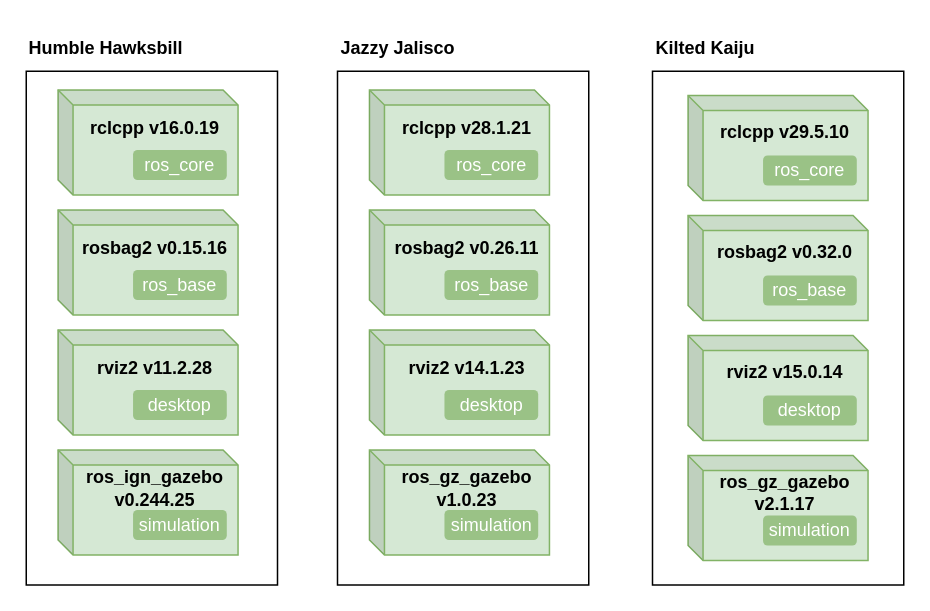
Before: page "distro" (3 of 5) of src/resources/ros-intro.drawio in harleylara/robotics, a draw.io diagram. Source tidied: cells renumbered, new cells numbered last; positions are measured from the earlier drawing's top-left corner, leaving out a move shared by most shapes. Both pictures are drawn from the tidied source at 150%, with x=0, y=0 at pixel (26, 26).
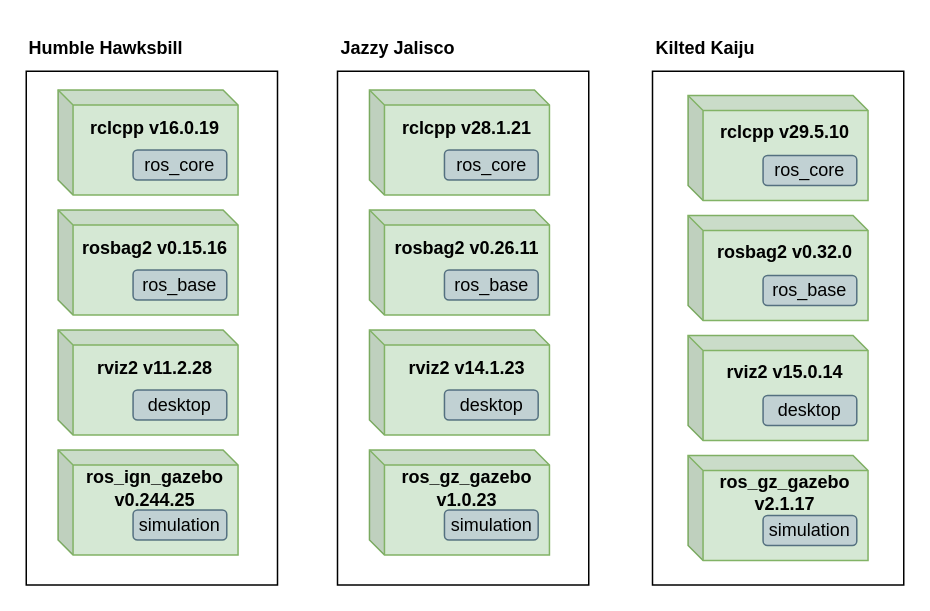
After the change.

Diff of the diagram source:
```diff
@@
-    <mxCell id="9" value="&lt;font style=&quot;color: rgb(255, 255, 255);&quot;&gt;ros_core&lt;/font&gt;" style="rounded=1;whiteSpace=wrap;html=1;fillColor=light-dark(#82b366, #1f2f1e);strokeColor=none;opacity=70;" parent="1" vertex="1">
+    <mxCell id="9" value="&lt;font style=&quot;&quot;&gt;ros_core&lt;/font&gt;" style="rounded=1;whiteSpace=wrap;html=1;opacity=70;fillColor=#bac8d3;strokeColor=#23445d;" parent="1" vertex="1">
       <mxGeometry x="71.2" y="82.5" width="62.5" height="20" as="geometry" />
     </mxCell>
@@
-    <mxCell id="12" value="&lt;font style=&quot;color: rgb(255, 255, 255);&quot;&gt;ros_base&lt;/font&gt;" style="rounded=1;whiteSpace=wrap;html=1;fillColor=light-dark(#82b366, #1f2f1e);strokeColor=none;opacity=70;" parent="1" vertex="1">
+    <mxCell id="12" value="&lt;font style=&quot;&quot;&gt;ros_base&lt;/font&gt;" style="rounded=1;whiteSpace=wrap;html=1;fillColor=#bac8d3;strokeColor=#23445d;opacity=70;fontColor=default;" parent="1" vertex="1">
       <mxGeometry x="71.2" y="162.5" width="62.5" height="20" as="geometry" />
     </mxCell>
@@
-    <mxCell id="15" value="&lt;font style=&quot;color: rgb(255, 255, 255);&quot;&gt;desktop&lt;/font&gt;" style="rounded=1;whiteSpace=wrap;html=1;fillColor=light-dark(#82b366, #1f2f1e);strokeColor=none;opacity=70;" parent="1" vertex="1">
+    <mxCell id="15" value="&lt;font style=&quot;&quot;&gt;desktop&lt;/font&gt;" style="rounded=1;whiteSpace=wrap;html=1;fillColor=#bac8d3;strokeColor=#23445d;opacity=70;fontColor=default;" parent="1" vertex="1">
       <mxGeometry x="71.2" y="242.5" width="62.5" height="20" as="geometry" />
     </mxCell>
@@
-    <mxCell id="18" value="&lt;font style=&quot;color: rgb(255, 255, 255);&quot;&gt;simulation&lt;/font&gt;" style="rounded=1;whiteSpace=wrap;html=1;fillColor=light-dark(#82b366, #1f2f1e);strokeColor=none;opacity=70;" parent="1" vertex="1">
+    <mxCell id="18" value="&lt;font style=&quot;&quot;&gt;simulation&lt;/font&gt;" style="rounded=1;whiteSpace=wrap;html=1;fillColor=#bac8d3;strokeColor=#23445d;opacity=70;fontColor=default;" parent="1" vertex="1">
       <mxGeometry x="71.2" y="322.5" width="62.5" height="20" as="geometry" />
     </mxCell>
@@
-    <mxCell id="21" value="&lt;font style=&quot;color: rgb(255, 255, 255);&quot;&gt;ros_core&lt;/font&gt;" style="rounded=1;whiteSpace=wrap;html=1;fillColor=light-dark(#82b366, #1f2f1e);strokeColor=none;opacity=70;" parent="1" vertex="1">
+    <mxCell id="21" value="&lt;font style=&quot;&quot;&gt;ros_core&lt;/font&gt;" style="rounded=1;whiteSpace=wrap;html=1;fillColor=#bac8d3;strokeColor=#23445d;opacity=70;fontColor=default;" parent="1" vertex="1">
       <mxGeometry x="278.8" y="82.5" width="62.5" height="20" as="geometry" />
     </mxCell>
@@
-    <mxCell id="24" value="&lt;font style=&quot;color: rgb(255, 255, 255);&quot;&gt;ros_base&lt;/font&gt;" style="rounded=1;whiteSpace=wrap;html=1;fillColor=light-dark(#82b366, #1f2f1e);strokeColor=none;opacity=70;" parent="1" vertex="1">
+    <mxCell id="24" value="&lt;font style=&quot;&quot;&gt;ros_base&lt;/font&gt;" style="rounded=1;whiteSpace=wrap;html=1;fillColor=#bac8d3;strokeColor=#23445d;opacity=70;fontColor=default;" parent="1" vertex="1">
       <mxGeometry x="278.8" y="162.5" width="62.5" height="20" as="geometry" />
     </mxCell>
@@
-    <mxCell id="27" value="&lt;font style=&quot;color: rgb(255, 255, 255);&quot;&gt;desktop&lt;/font&gt;" style="rounded=1;whiteSpace=wrap;html=1;fillColor=light-dark(#82b366, #1f2f1e);strokeColor=none;opacity=70;" parent="1" vertex="1">
+    <mxCell id="27" value="&lt;font style=&quot;&quot;&gt;desktop&lt;/font&gt;" style="rounded=1;whiteSpace=wrap;html=1;fillColor=#bac8d3;strokeColor=#23445d;opacity=70;fontColor=default;" parent="1" vertex="1">
       <mxGeometry x="278.8" y="242.5" width="62.5" height="20" as="geometry" />
     </mxCell>
@@
-    <mxCell id="30" value="&lt;font style=&quot;color: rgb(255, 255, 255);&quot;&gt;simulation&lt;/font&gt;" style="rounded=1;whiteSpace=wrap;html=1;fillColor=light-dark(#82b366, #1f2f1e);strokeColor=none;opacity=70;" parent="1" vertex="1">
+    <mxCell id="30" value="&lt;font style=&quot;&quot;&gt;simulation&lt;/font&gt;" style="rounded=1;whiteSpace=wrap;html=1;fillColor=#bac8d3;strokeColor=#23445d;opacity=70;fontColor=default;" parent="1" vertex="1">
       <mxGeometry x="278.8" y="322.5" width="62.5" height="20" as="geometry" />
     </mxCell>
@@
-    <mxCell id="33" value="&lt;font style=&quot;color: rgb(255, 255, 255);&quot;&gt;ros_core&lt;/font&gt;" style="rounded=1;whiteSpace=wrap;html=1;fillColor=light-dark(#82b366, #1f2f1e);strokeColor=none;opacity=70;" parent="1" vertex="1">
+    <mxCell id="33" value="&lt;font style=&quot;&quot;&gt;ros_core&lt;/font&gt;" style="rounded=1;whiteSpace=wrap;html=1;fillColor=#bac8d3;strokeColor=#23445d;opacity=70;fontColor=default;" parent="1" vertex="1">
       <mxGeometry x="491.2" y="86.2" width="62.5" height="20" as="geometry" />
     </mxCell>
@@
-    <mxCell id="36" value="&lt;font style=&quot;color: rgb(255, 255, 255);&quot;&gt;ros_base&lt;/font&gt;" style="rounded=1;whiteSpace=wrap;html=1;fillColor=light-dark(#82b366, #1f2f1e);strokeColor=none;opacity=70;" parent="1" vertex="1">
+    <mxCell id="36" value="&lt;font style=&quot;&quot;&gt;ros_base&lt;/font&gt;" style="rounded=1;whiteSpace=wrap;html=1;fillColor=#bac8d3;strokeColor=#23445d;opacity=70;fontColor=default;" parent="1" vertex="1">
       <mxGeometry x="491.2" y="166.2" width="62.5" height="20" as="geometry" />
     </mxCell>
@@
-    <mxCell id="39" value="&lt;font style=&quot;color: rgb(255, 255, 255);&quot;&gt;desktop&lt;/font&gt;" style="rounded=1;whiteSpace=wrap;html=1;fillColor=light-dark(#82b366, #1f2f1e);strokeColor=none;opacity=70;" parent="1" vertex="1">
+    <mxCell id="39" value="&lt;font style=&quot;&quot;&gt;desktop&lt;/font&gt;" style="rounded=1;whiteSpace=wrap;html=1;fillColor=#bac8d3;strokeColor=#23445d;opacity=70;fontColor=default;" parent="1" vertex="1">
       <mxGeometry x="491.2" y="246.2" width="62.5" height="20" as="geometry" />
     </mxCell>
@@
-    <mxCell id="42" value="&lt;font style=&quot;color: rgb(255, 255, 255);&quot;&gt;simulation&lt;/font&gt;" style="rounded=1;whiteSpace=wrap;html=1;fillColor=light-dark(#82b366, #1f2f1e);strokeColor=none;opacity=70;" parent="1" vertex="1">
+    <mxCell id="42" value="&lt;font style=&quot;&quot;&gt;simulation&lt;/font&gt;" style="rounded=1;whiteSpace=wrap;html=1;fillColor=#bac8d3;strokeColor=#23445d;opacity=70;fontColor=default;" parent="1" vertex="1">
       <mxGeometry x="491.2" y="326.2" width="62.5" height="20" as="geometry" />
     </mxCell>
```
